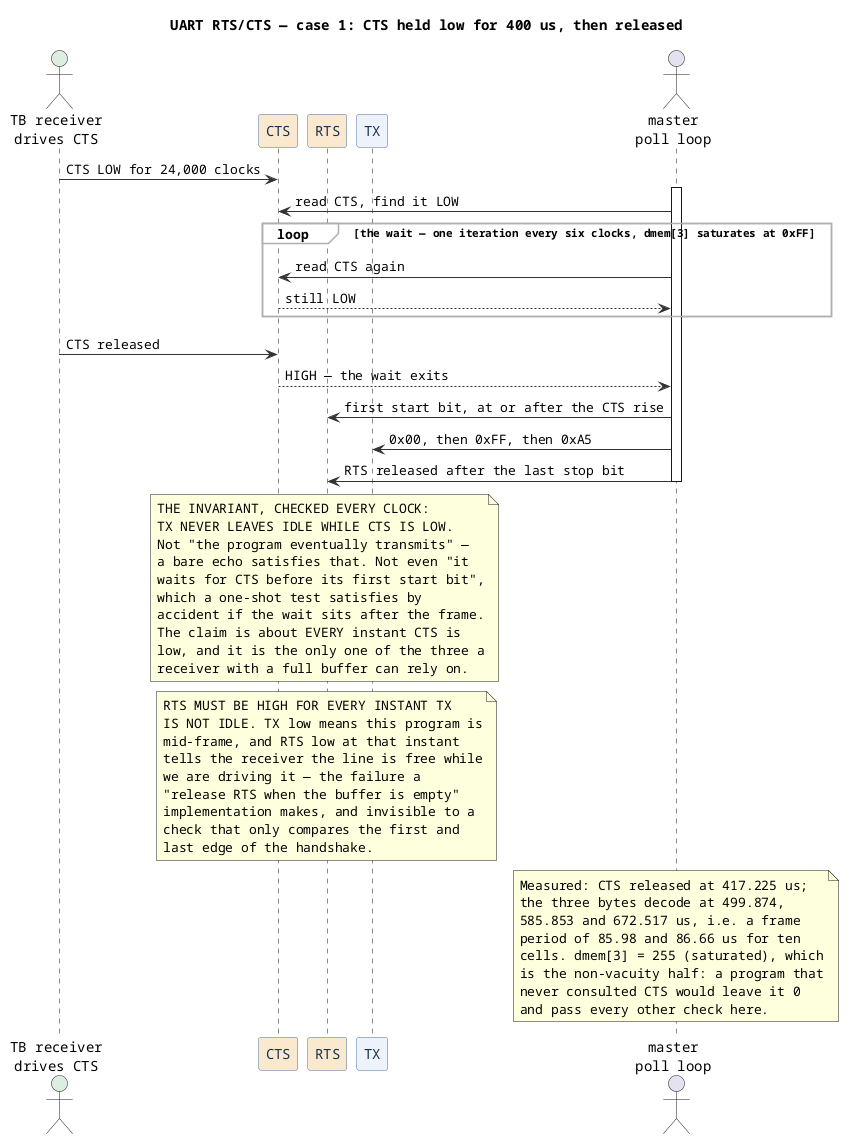
Above: diagrams/proto-uart-flow_002.png in smprather/janestreet-blog-serial-protocol-emulator (PlantUML), before the change. Its diagram source:
```plantuml
@startuml
title UART RTS/CTS — case 1: CTS held low for 400 us, then released
skinparam defaultFontName Monospaced
skinparam ParticipantBackgroundColor #eef3fb
skinparam ParticipantBorderColor #4a6fa5
skinparam ParticipantFontColor #16324f
skinparam SequenceGroupBackgroundColor #fbfbfb
skinparam SequenceGroupBorderColor #b0b0b0
skinparam ArrowColor #333333

actor "TB receiver\ndrives CTS" as R #dceee0
participant "CTS" as C #fbe9cf
participant "RTS" as S #fbe9cf
participant "TX" as T
actor "master\npoll loop" as M

R -> C : CTS LOW for 24,000 clocks
activate M
M -> C : read CTS, find it LOW
loop the wait — one iteration every six clocks, dmem[3] saturates at 0xFF
  M -> C : read CTS again
  C --> M : still LOW
end
R -> C : CTS released
C --> M : HIGH — the wait exits
M -> S : first start bit, at or after the CTS rise
M -> T : 0x00, then 0xFF, then 0xA5
M -> S : RTS released after the last stop bit
deactivate M
note over C, T
  THE INVARIANT, CHECKED EVERY CLOCK:
  TX NEVER LEAVES IDLE WHILE CTS IS LOW.
  Not "the program eventually transmits" —
  a bare echo satisfies that. Not even "it
  waits for CTS before its first start bit",
  which a one-shot test satisfies by
  accident if the wait sits after the frame.
  The claim is about EVERY instant CTS is
  low, and it is the only one of the three a
  receiver with a full buffer can rely on.
end note
note over S
  RTS MUST BE HIGH FOR EVERY INSTANT TX
  IS NOT IDLE. TX low means this program is
  mid-frame, and RTS low at that instant
  tells the receiver the line is free while
  we are driving it — the failure a
  "release RTS when the buffer is empty"
  implementation makes, and invisible to a
  check that only compares the first and
  last edge of the handshake.
end note
note over M
  Measured: CTS released at 417.225 us;
  the three bytes decode at 499.874,
  585.853 and 672.517 us, i.e. a frame
  period of 85.98 and 86.66 us for ten
  cells. dmem[3] = 255 (saturated), which
  is the non-vacuity half: a program that
  never consulted CTS would leave it 0
  and pass every other check here.
end note
@enduml
```
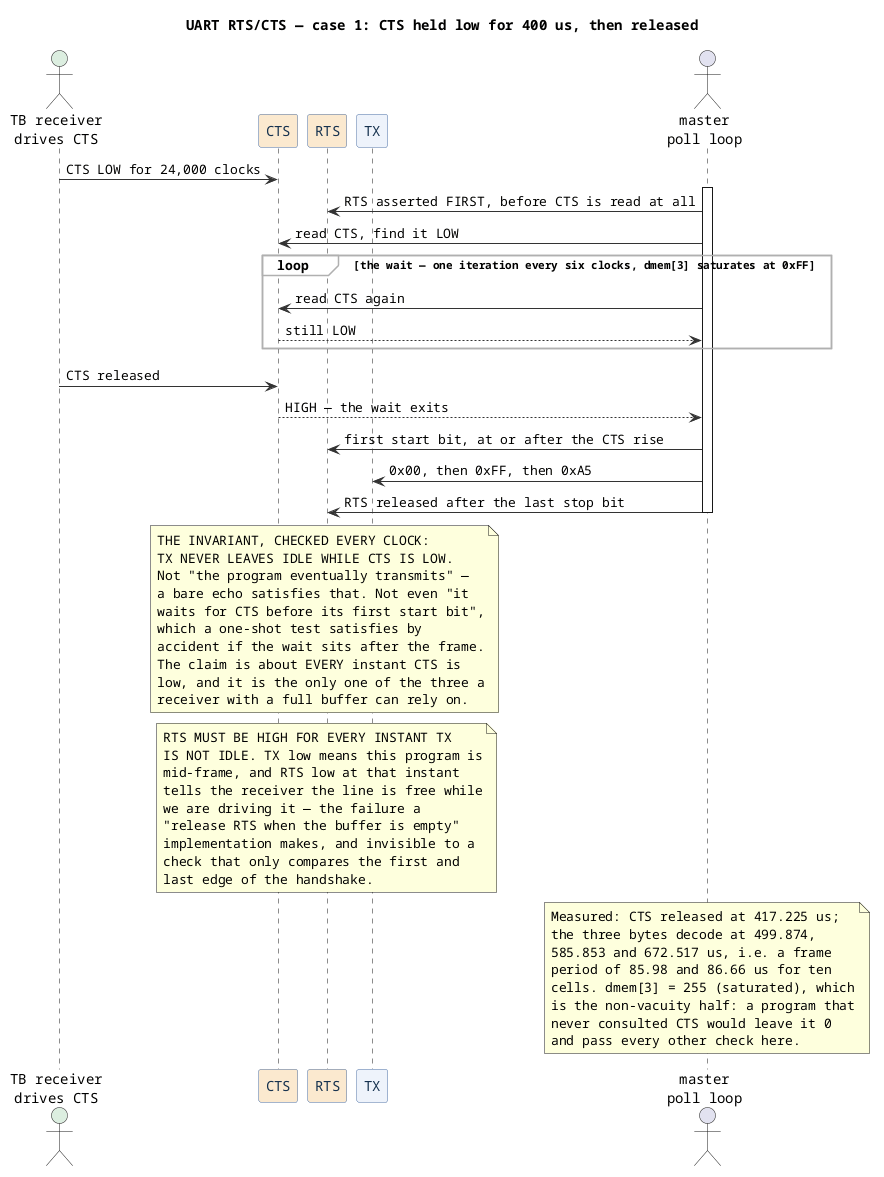
After the commit.

The edit, as a diff of the source:
```diff
@@ -16,6 +16,7 @@
 
 R -> C : CTS LOW for 24,000 clocks
 activate M
+M -> S : RTS asserted FIRST, before CTS is read at all
 M -> C : read CTS, find it LOW
 loop the wait — one iteration every six clocks, dmem[3] saturates at 0xFF
   M -> C : read CTS again
```
